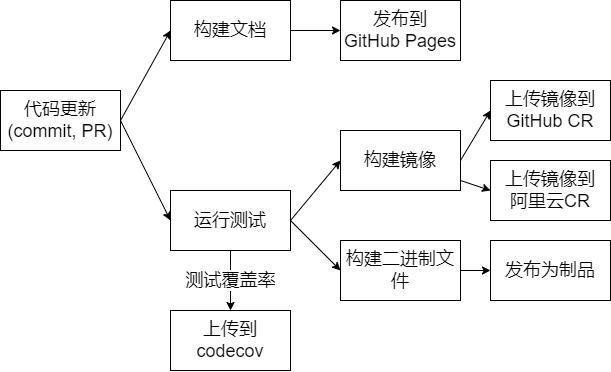
This is docs/diagrams/ci.png from PKUHPC/OpenSCOW, a draw.io export, as it was before one commit. Source tidied: cells renumbered, new cells last; positions are measured from the earlier drawing's top-left corner, leaving out a move shared by most shapes.
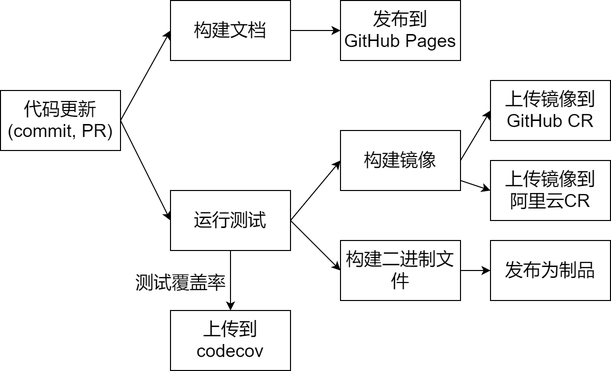
The same file after the commit.

What changed in the source:
```diff
@@ -2,66 +2,66 @@
   <root>
     <mxCell id="0" />
     <mxCell id="1" parent="0" />
-    <mxCell id="2" style="edgeStyle=none;html=1;exitX=1;exitY=0.5;exitDx=0;exitDy=0;entryX=0;entryY=0.5;entryDx=0;entryDy=0;fontSize=18;" parent="1" edge="1" source="4" target="6">
+    <mxCell id="2" style="edgeStyle=none;exitX=1;exitY=0.5;exitDx=0;exitDy=0;entryX=0;entryY=0.5;entryDx=0;entryDy=0;fontSize=18;labelBackgroundColor=none;" parent="1" edge="1" source="4" target="6">
       <mxGeometry relative="1" as="geometry" />
     </mxCell>
-    <mxCell id="3" style="edgeStyle=none;html=1;exitX=1;exitY=0.5;exitDx=0;exitDy=0;entryX=0;entryY=0.5;entryDx=0;entryDy=0;fontSize=18;" parent="1" edge="1" source="4" target="11">
+    <mxCell id="3" style="edgeStyle=none;exitX=1;exitY=0.5;exitDx=0;exitDy=0;entryX=0;entryY=0.5;entryDx=0;entryDy=0;fontSize=18;labelBackgroundColor=none;" parent="1" edge="1" source="4" target="11">
       <mxGeometry relative="1" as="geometry" />
     </mxCell>
-    <mxCell id="4" value="代码更新&lt;br style=&quot;font-size: 18px;&quot;&gt;(commit, PR)" style="rounded=0;whiteSpace=wrap;html=1;fontSize=18;" parent="1" vertex="1">
+    <mxCell id="4" value="代码更新&#10;(commit, PR)" style="rounded=0;whiteSpace=wrap;fontSize=18;labelBackgroundColor=none;" parent="1" vertex="1">
       <mxGeometry y="90" width="120" height="60" as="geometry" />
     </mxCell>
-    <mxCell id="5" style="edgeStyle=none;html=1;exitX=1;exitY=0.5;exitDx=0;exitDy=0;entryX=0;entryY=0.5;entryDx=0;entryDy=0;fontSize=18;" parent="1" edge="1" source="6" target="13">
+    <mxCell id="5" style="edgeStyle=none;exitX=1;exitY=0.5;exitDx=0;exitDy=0;entryX=0;entryY=0.5;entryDx=0;entryDy=0;fontSize=18;labelBackgroundColor=none;" parent="1" edge="1" source="6" target="13">
       <mxGeometry relative="1" as="geometry" />
     </mxCell>
-    <mxCell id="6" value="构建文档" style="rounded=0;whiteSpace=wrap;html=1;fontSize=18;" parent="1" vertex="1">
+    <mxCell id="6" value="构建文档" style="rounded=0;whiteSpace=wrap;fontSize=18;labelBackgroundColor=none;" parent="1" vertex="1">
       <mxGeometry x="170" width="120" height="60" as="geometry" />
     </mxCell>
-    <mxCell id="7" style="edgeStyle=none;html=1;exitX=0.5;exitY=1;exitDx=0;exitDy=0;fontSize=18;" parent="1" edge="1" source="11" target="12">
+    <mxCell id="7" style="edgeStyle=none;exitX=0.5;exitY=1;exitDx=0;exitDy=0;fontSize=18;labelBackgroundColor=none;" parent="1" edge="1" source="11" target="12">
       <mxGeometry relative="1" as="geometry" />
     </mxCell>
-    <mxCell id="8" value="测试覆盖率" style="edgeLabel;html=1;align=center;verticalAlign=middle;fontSize=18;" parent="7" vertex="1">
+    <mxCell id="8" value="测试覆盖率" style="edgeLabel;align=center;verticalAlign=middle;fontSize=18;labelBackgroundColor=none;" parent="7" vertex="1">
       <mxGeometry x="-0.4" y="-1" relative="1" as="geometry">
-        <mxPoint x="1" y="12" as="offset" />
+        <mxPoint x="-49" y="12" as="offset" />
       </mxGeometry>
     </mxCell>
-    <mxCell id="9" style="edgeStyle=none;html=1;exitX=1;exitY=0.5;exitDx=0;exitDy=0;entryX=0;entryY=0.5;entryDx=0;entryDy=0;fontSize=18;" parent="1" edge="1" source="11" target="16">
+    <mxCell id="9" style="edgeStyle=none;exitX=1;exitY=0.5;exitDx=0;exitDy=0;entryX=0;entryY=0.5;entryDx=0;entryDy=0;fontSize=18;labelBackgroundColor=none;" parent="1" edge="1" source="11" target="16">
       <mxGeometry relative="1" as="geometry" />
     </mxCell>
-    <mxCell id="10" style="edgeStyle=none;html=1;exitX=1;exitY=0.5;exitDx=0;exitDy=0;entryX=0;entryY=0.5;entryDx=0;entryDy=0;fontSize=18;" parent="1" edge="1" source="11" target="18">
+    <mxCell id="10" style="edgeStyle=none;exitX=1;exitY=0.5;exitDx=0;exitDy=0;entryX=0;entryY=0.5;entryDx=0;entryDy=0;fontSize=18;labelBackgroundColor=none;" parent="1" edge="1" source="11" target="18">
       <mxGeometry relative="1" as="geometry" />
     </mxCell>
-    <mxCell id="11" value="运行测试" style="rounded=0;whiteSpace=wrap;html=1;fontSize=18;" parent="1" vertex="1">
+    <mxCell id="11" value="运行测试" style="rounded=0;whiteSpace=wrap;fontSize=18;labelBackgroundColor=none;" parent="1" vertex="1">
       <mxGeometry x="170" y="190" width="120" height="60" as="geometry" />
     </mxCell>
-    <mxCell id="12" value="上传到codecov" style="rounded=0;whiteSpace=wrap;html=1;fontSize=18;" parent="1" vertex="1">
+    <mxCell id="12" value="上传到codecov" style="rounded=0;whiteSpace=wrap;fontSize=18;labelBackgroundColor=none;" parent="1" vertex="1">
       <mxGeometry x="170" y="310" width="120" height="60" as="geometry" />
     </mxCell>
-    <mxCell id="13" value="发布到&lt;br&gt;GitHub Pages" style="rounded=0;whiteSpace=wrap;html=1;fontSize=18;" parent="1" vertex="1">
+    <mxCell id="13" value="发布到&#10;GitHub Pages" style="rounded=0;whiteSpace=wrap;fontSize=18;labelBackgroundColor=none;" parent="1" vertex="1">
       <mxGeometry x="340" width="120" height="60" as="geometry" />
     </mxCell>
-    <mxCell id="14" style="edgeStyle=none;html=1;exitX=1;exitY=0.5;exitDx=0;exitDy=0;entryX=0;entryY=0.5;entryDx=0;entryDy=0;fontSize=18;" parent="1" edge="1" source="16" target="19">
+    <mxCell id="14" style="edgeStyle=none;exitX=1;exitY=0.5;exitDx=0;exitDy=0;entryX=0;entryY=0.5;entryDx=0;entryDy=0;fontSize=18;labelBackgroundColor=none;" parent="1" edge="1" source="16" target="19">
       <mxGeometry relative="1" as="geometry" />
     </mxCell>
-    <mxCell id="15" style="edgeStyle=none;html=1;entryX=0;entryY=0.5;entryDx=0;entryDy=0;fontSize=18;" parent="1" edge="1" source="16" target="20">
+    <mxCell id="15" style="edgeStyle=none;entryX=0;entryY=0.5;entryDx=0;entryDy=0;fontSize=18;labelBackgroundColor=none;" parent="1" edge="1" source="16" target="20">
       <mxGeometry relative="1" as="geometry" />
     </mxCell>
-    <mxCell id="16" value="构建镜像" style="rounded=0;whiteSpace=wrap;html=1;fontSize=18;" parent="1" vertex="1">
+    <mxCell id="16" value="构建镜像" style="rounded=0;whiteSpace=wrap;fontSize=18;labelBackgroundColor=none;" parent="1" vertex="1">
       <mxGeometry x="340" y="130" width="120" height="60" as="geometry" />
     </mxCell>
-    <mxCell id="17" style="edgeStyle=none;html=1;exitX=1;exitY=0.5;exitDx=0;exitDy=0;entryX=0;entryY=0.5;entryDx=0;entryDy=0;fontSize=18;" parent="1" edge="1" source="18" target="21">
+    <mxCell id="17" style="edgeStyle=none;exitX=1;exitY=0.5;exitDx=0;exitDy=0;entryX=0;entryY=0.5;entryDx=0;entryDy=0;fontSize=18;labelBackgroundColor=none;" parent="1" edge="1" source="18" target="21">
       <mxGeometry relative="1" as="geometry" />
     </mxCell>
-    <mxCell id="18" value="构建二进制文件" style="rounded=0;whiteSpace=wrap;html=1;fontSize=18;" parent="1" vertex="1">
+    <mxCell id="18" value="构建二进制文件" style="rounded=0;whiteSpace=wrap;fontSize=18;labelBackgroundColor=none;" parent="1" vertex="1">
       <mxGeometry x="340" y="240" width="120" height="60" as="geometry" />
     </mxCell>
-    <mxCell id="19" value="上传镜像到GitHub CR" style="rounded=0;whiteSpace=wrap;html=1;fontSize=18;" parent="1" vertex="1">
+    <mxCell id="19" value="上传镜像到GitHub CR" style="rounded=0;whiteSpace=wrap;fontSize=18;labelBackgroundColor=none;" parent="1" vertex="1">
       <mxGeometry x="490" y="80" width="120" height="60" as="geometry" />
     </mxCell>
-    <mxCell id="20" value="上传镜像到&lt;br&gt;阿里云CR" style="rounded=0;whiteSpace=wrap;html=1;fontSize=18;" parent="1" vertex="1">
+    <mxCell id="20" value="上传镜像到&#10;阿里云CR" style="rounded=0;whiteSpace=wrap;fontSize=18;labelBackgroundColor=none;" parent="1" vertex="1">
       <mxGeometry x="490" y="160" width="120" height="60" as="geometry" />
     </mxCell>
-    <mxCell id="21" value="发布为制品" style="rounded=0;whiteSpace=wrap;html=1;fontSize=18;" parent="1" vertex="1">
+    <mxCell id="21" value="发布为制品" style="rounded=0;whiteSpace=wrap;fontSize=18;labelBackgroundColor=none;" parent="1" vertex="1">
       <mxGeometry x="490" y="240" width="120" height="60" as="geometry" />
     </mxCell>
   </root>
```
